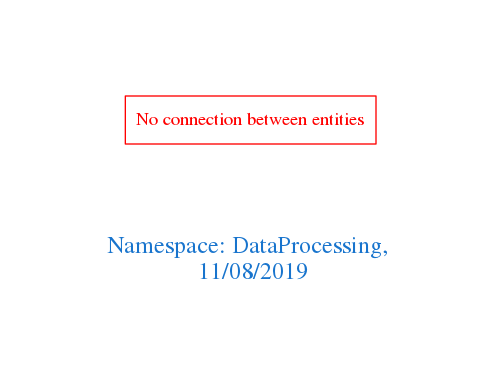
Above: downloads/DataProcessing.png in arago/OGIT (Graphviz), before the change. Its source is kept beside it as downloads/DataProcessing.dot.
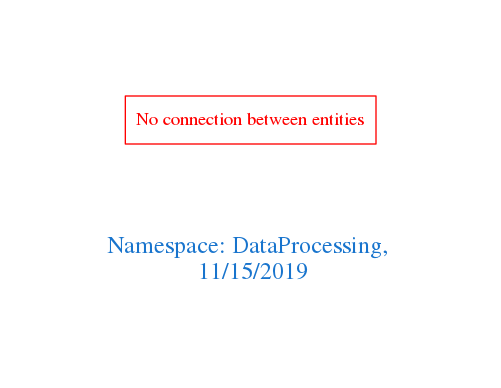
After the change.

Change to the diagram source:
```diff
@@ -1,7 +1,7 @@
 digraph OGIT_ontology {
  graph [ rankdir= LR,pad=1
 fontsize = 18,
-fontcolor= dodgerblue3,label = "\n\n\nNamespace: DataProcessing, \n 11/08/2019"];
+fontcolor= dodgerblue3,label = "\n\n\nNamespace: DataProcessing, \n 11/15/2019"];
 node[shape=polygon];
 edge [  color="gray81"];
 
```
